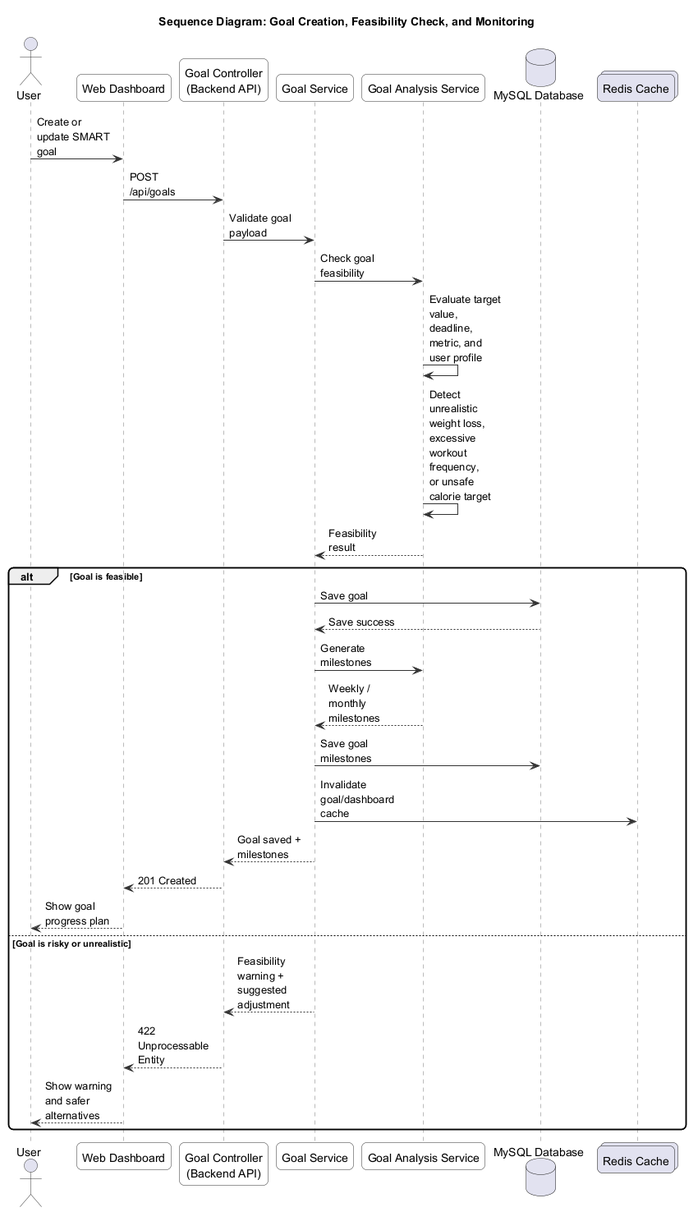
Before: docs/UML/rendered/png/15_goal_management_sequence.png, a diagram exported from PlantUML (liyida233/AI-Nurtriion). Source of this version:
```plantuml
@startuml
title Sequence Diagram: Goal Creation, Feasibility Check, and Monitoring

skinparam backgroundColor white
skinparam shadowing false
skinparam roundcorner 12
skinparam maxMessageSize 90
skinparam sequence {
  ArrowColor #333333
  ActorBorderColor #333333
  LifeLineBorderColor #777777
  ParticipantBorderColor #333333
  ParticipantBackgroundColor #F8F8F8
}

actor User
participant "Web Dashboard" as Frontend
participant "Goal Controller\n(Backend API)" as GoalAPI
participant "Goal Service" as GoalService
participant "Goal Analysis Service" as GoalAnalysis
database "MySQL Database" as DB
collections "Redis Cache" as Redis

User -> Frontend: Create or update SMART goal
Frontend -> GoalAPI: POST /api/goals
GoalAPI -> GoalService: Validate goal payload
GoalService -> GoalAnalysis: Check goal feasibility

GoalAnalysis -> GoalAnalysis: Evaluate target value,\ndeadline, metric, and user profile
GoalAnalysis -> GoalAnalysis: Detect unrealistic weight loss,\nexcessive workout frequency,\nor unsafe calorie target
GoalAnalysis --> GoalService: Feasibility result

alt Goal is feasible
  GoalService -> DB: Save goal
  DB --> GoalService: Save success
  GoalService -> GoalAnalysis: Generate milestones
  GoalAnalysis --> GoalService: Weekly / monthly milestones
  GoalService -> DB: Save goal milestones
  GoalService -> Redis: Invalidate goal/dashboard cache
  GoalService --> GoalAPI: Goal saved + milestones
  GoalAPI --> Frontend: 201 Created
  Frontend --> User: Show goal progress plan
else Goal is risky or unrealistic
  GoalService --> GoalAPI: Feasibility warning + suggested adjustment
  GoalAPI --> Frontend: 422 Unprocessable Entity
  Frontend --> User: Show warning and safer alternatives
end

@enduml
```
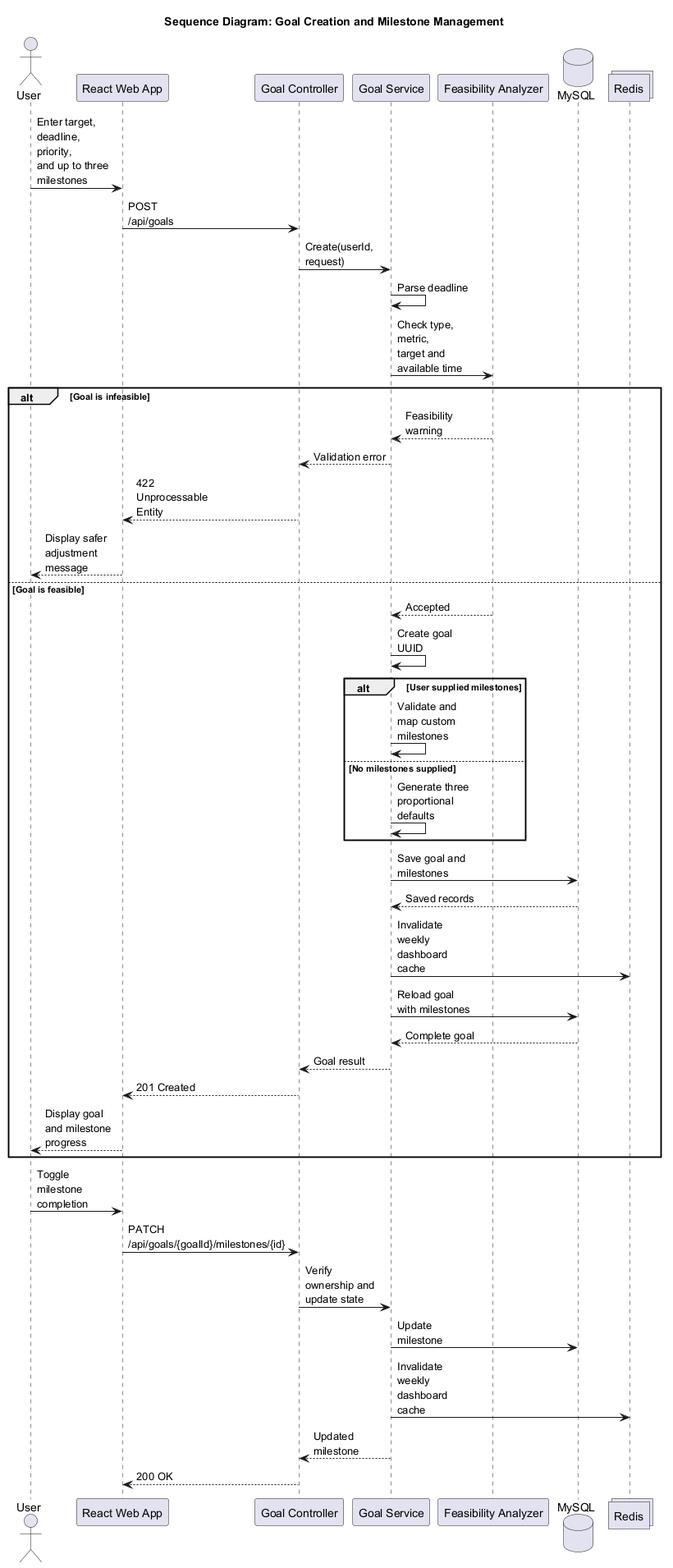
The same diagram one commit later.

What changed in the source:
```diff
@@ -1,49 +1,54 @@
 @startuml
-title Sequence Diagram: Goal Creation, Feasibility Check, and Monitoring
+title Sequence Diagram: Goal Creation and Milestone Management
 
 skinparam backgroundColor white
 skinparam shadowing false
-skinparam roundcorner 12
 skinparam maxMessageSize 90
-skinparam sequence {
-  ArrowColor #333333
-  ActorBorderColor #333333
-  LifeLineBorderColor #777777
-  ParticipantBorderColor #333333
-  ParticipantBackgroundColor #F8F8F8
-}
 
 actor User
-participant "Web Dashboard" as Frontend
-participant "Goal Controller\n(Backend API)" as GoalAPI
-participant "Goal Service" as GoalService
-participant "Goal Analysis Service" as GoalAnalysis
-database "MySQL Database" as DB
-collections "Redis Cache" as Redis
+participant "React Web App" as Frontend
+participant "Goal Controller" as Controller
+participant "Goal Service" as Service
+participant "Feasibility Analyzer" as Analyzer
+database "MySQL" as DB
+collections "Redis" as Redis
 
-User -> Frontend: Create or update SMART goal
-Frontend -> GoalAPI: POST /api/goals
-GoalAPI -> GoalService: Validate goal payload
-GoalService -> GoalAnalysis: Check goal feasibility
+User -> Frontend: Enter target, deadline, priority,\nand up to three milestones
+Frontend -> Controller: POST /api/goals
+Controller -> Service: Create(userId, request)
+Service -> Service: Parse deadline
+Service -> Analyzer: Check type, metric,\ntarget and available time
 
-GoalAnalysis -> GoalAnalysis: Evaluate target value,\ndeadline, metric, and user profile
-GoalAnalysis -> GoalAnalysis: Detect unrealistic weight loss,\nexcessive workout frequency,\nor unsafe calorie target
-GoalAnalysis --> GoalService: Feasibility result
+alt Goal is infeasible
+  Analyzer --> Service: Feasibility warning
+  Service --> Controller: Validation error
+  Controller --> Frontend: 422 Unprocessable Entity
+  Frontend --> User: Display safer adjustment message
+else Goal is feasible
+  Analyzer --> Service: Accepted
+  Service -> Service: Create goal UUID
 
-alt Goal is feasible
-  GoalService -> DB: Save goal
-  DB --> GoalService: Save success
-  GoalService -> GoalAnalysis: Generate milestones
-  GoalAnalysis --> GoalService: Weekly / monthly milestones
-  GoalService -> DB: Save goal milestones
-  GoalService -> Redis: Invalidate goal/dashboard cache
-  GoalService --> GoalAPI: Goal saved + milestones
-  GoalAPI --> Frontend: 201 Created
-  Frontend --> User: Show goal progress plan
-else Goal is risky or unrealistic
-  GoalService --> GoalAPI: Feasibility warning + suggested adjustment
-  GoalAPI --> Frontend: 422 Unprocessable Entity
-  Frontend --> User: Show warning and safer alternatives
+  alt User supplied milestones
+    Service -> Service: Validate and map custom milestones
+  else No milestones supplied
+    Service -> Service: Generate three proportional defaults
+  end
+
+  Service -> DB: Save goal and milestones
+  DB --> Service: Saved records
+  Service -> Redis: Invalidate weekly dashboard cache
+  Service -> DB: Reload goal with milestones
+  DB --> Service: Complete goal
+  Service --> Controller: Goal result
+  Controller --> Frontend: 201 Created
+  Frontend --> User: Display goal and milestone progress
 end
 
+User -> Frontend: Toggle milestone completion
+Frontend -> Controller: PATCH /api/goals/{goalId}/milestones/{id}
+Controller -> Service: Verify ownership and update state
+Service -> DB: Update milestone
+Service -> Redis: Invalidate weekly dashboard cache
+Service --> Controller: Updated milestone
+Controller --> Frontend: 200 OK
 @enduml
```
